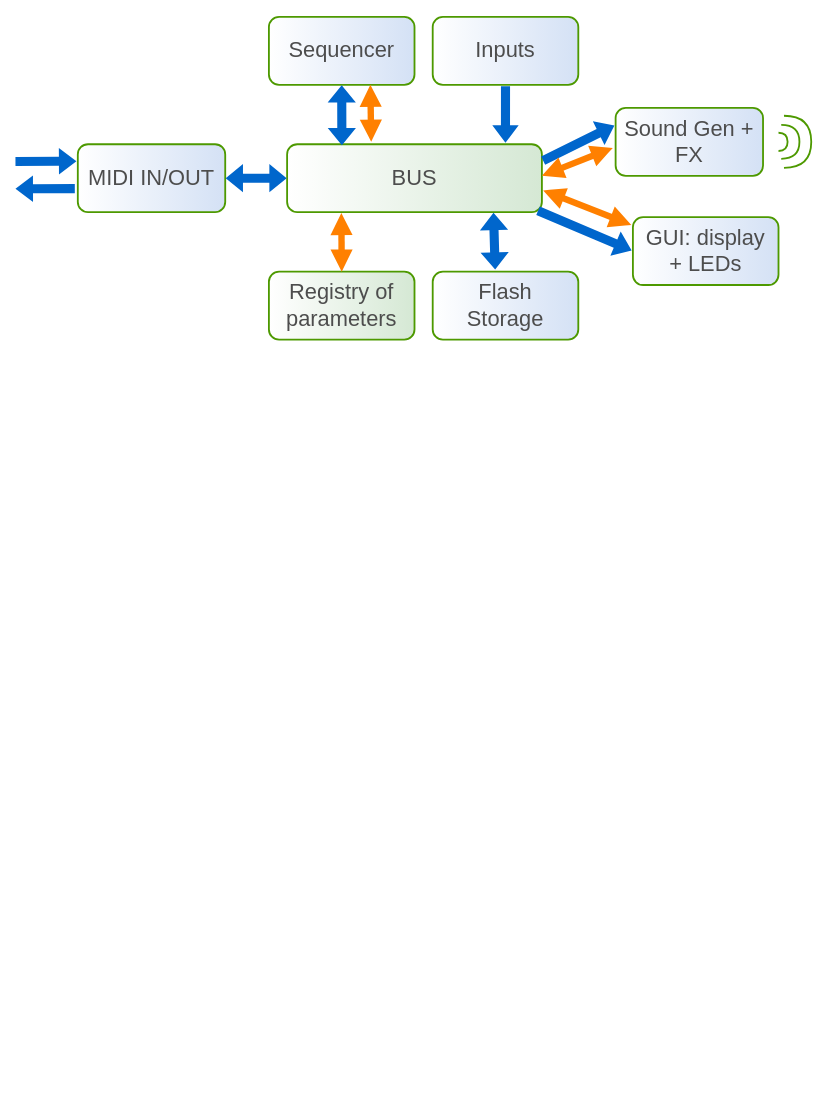
Earlier version of the draw.io diagram hardware/Thing.drawio (copych/AcidBox). Source tidied: cells renumbered, new cells numbered last; positions are measured from the earlier drawing's top-left corner, leaving out a move shared by most shapes. Both pictures are drawn from the tidied source at 91%, with x=0, y=0 at pixel (14, 16).
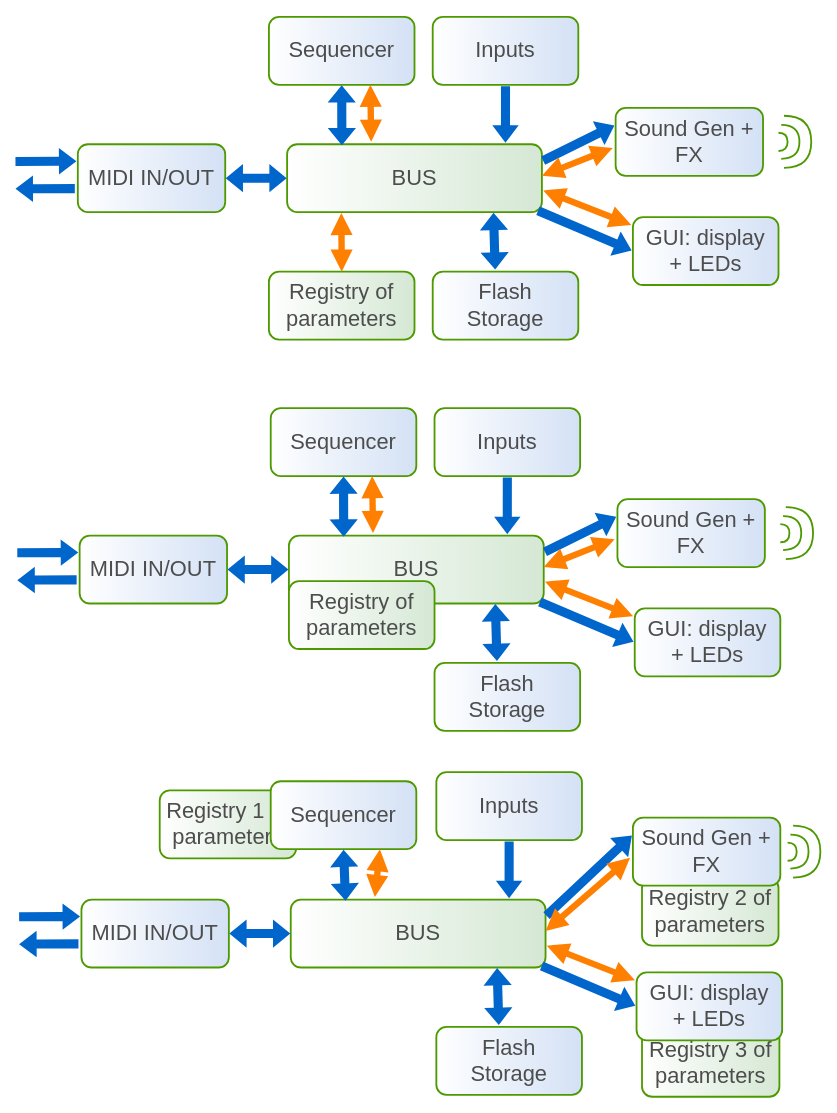
Above is the later version.

What changed in the source:
```diff
@@
+    <mxCell id="26" value="Registry 1 of&lt;br&gt;parameters" style="rounded=1;whiteSpace=wrap;html=1;shadow=0;strokeWidth=2;fillColor=#D5E8D4;gradientColor=#ffffff;fontFamily=Helvetica;fontSize=24;align=center;strokeColor=#4D9900;gradientDirection=west;fontColor=#4D4D4D;" parent="1" vertex="1">
+      <mxGeometry x="160" y="850" width="150" height="74.7" as="geometry" />
+    </mxCell>
+    <mxCell id="27" value="Registry 3 of&lt;br&gt;parameters" style="rounded=1;whiteSpace=wrap;html=1;shadow=0;strokeWidth=2;fillColor=#D5E8D4;gradientColor=#ffffff;fontFamily=Helvetica;fontSize=24;align=center;strokeColor=#4D9900;gradientDirection=west;fontColor=#4D4D4D;" parent="1" vertex="1">
+      <mxGeometry x="690" y="1112" width="151" height="74.7" as="geometry" />
+    </mxCell>
+    <mxCell id="28" value="Registry 2 of&lt;br&gt;parameters" style="rounded=1;whiteSpace=wrap;html=1;shadow=0;strokeWidth=2;fillColor=#D5E8D4;gradientColor=#ffffff;fontFamily=Helvetica;fontSize=24;align=center;strokeColor=#4D9900;gradientDirection=west;fontColor=#4D4D4D;" parent="1" vertex="1">
+      <mxGeometry x="690" y="946" width="150" height="74.7" as="geometry" />
+    </mxCell>
@@
+    <mxCell id="29" value="MIDI IN/OUT" style="rounded=1;whiteSpace=wrap;html=1;shadow=0;strokeWidth=2;fillColor=#D4E1F5;gradientColor=#ffffff;fontFamily=Helvetica;fontSize=24;align=center;strokeColor=#4D9900;gradientDirection=west;fontColor=#4D4D4D;" parent="1" vertex="1">
+      <mxGeometry x="72" y="570" width="162" height="74.7" as="geometry" />
+    </mxCell>
+    <mxCell id="30" value="Sound Gen + FX" style="rounded=1;whiteSpace=wrap;html=1;shadow=0;strokeWidth=2;fillColor=#D4E1F5;gradientColor=#ffffff;fontFamily=Helvetica;fontSize=24;align=center;strokeColor=#4D9900;gradientDirection=west;fontColor=#4D4D4D;" parent="1" vertex="1">
+      <mxGeometry x="663" y="530" width="162" height="74.7" as="geometry" />
+    </mxCell>
+    <mxCell id="31" value="BUS" style="rounded=1;whiteSpace=wrap;html=1;shadow=0;strokeWidth=2;fillColor=#D5E8D4;gradientColor=#ffffff;fontFamily=Helvetica;fontSize=24;align=center;strokeColor=#4D9900;gradientDirection=west;fontColor=#4D4D4D;" parent="1" vertex="1">
+      <mxGeometry x="302" y="570" width="280" height="74.7" as="geometry" />
+    </mxCell>
+    <mxCell id="32" value="Flash&lt;br&gt;Storage" style="rounded=1;whiteSpace=wrap;html=1;shadow=0;strokeWidth=2;fillColor=#D4E1F5;gradientColor=#ffffff;fontFamily=Helvetica;fontSize=24;align=center;strokeColor=#4D9900;gradientDirection=west;fontColor=#4D4D4D;" parent="1" vertex="1">
+      <mxGeometry x="462" y="710" width="160" height="74.7" as="geometry" />
+    </mxCell>
+    <mxCell id="33" value="GUI: display &lt;br&gt;+ LEDs" style="rounded=1;whiteSpace=wrap;html=1;shadow=0;strokeWidth=2;fillColor=#D4E1F5;gradientColor=#ffffff;fontFamily=Helvetica;fontSize=24;align=center;strokeColor=#4D9900;gradientDirection=west;fontColor=#4D4D4D;" parent="1" vertex="1">
+      <mxGeometry x="682" y="650" width="160" height="74.7" as="geometry" />
+    </mxCell>
+    <mxCell id="34" style="edgeStyle=none;rounded=0;html=1;shadow=0;endArrow=blockThin;endFill=1;jettySize=auto;strokeWidth=3;fontFamily=Helvetica;fontSize=18;align=center;shape=flexArrow;strokeColor=none;fillColor=#0066CC;endWidth=16;endSize=5.42;width=8;sourcePerimeterSpacing=-2;dashed=1;fontColor=#4D4D4D;entryX=0;entryY=0.25;entryDx=0;entryDy=0;" parent="1" edge="1" target="29">
+      <mxGeometry relative="1" as="geometry">
+        <mxPoint x="2" y="589" as="sourcePoint" />
+      </mxGeometry>
+    </mxCell>
+    <mxCell id="35" style="edgeStyle=none;rounded=0;html=1;shadow=0;endArrow=blockThin;endFill=1;jettySize=auto;strokeWidth=3;fontFamily=Helvetica;fontSize=18;align=center;shape=flexArrow;strokeColor=none;fillColor=#0066CC;endWidth=16;endSize=5.42;width=8;sourcePerimeterSpacing=-2;dashed=1;fontColor=#4D4D4D;exitX=-0.011;exitY=0.653;exitDx=0;exitDy=0;exitPerimeter=0;" parent="1" edge="1" source="29">
+      <mxGeometry relative="1" as="geometry">
+        <mxPoint x="2" y="619" as="targetPoint" />
+      </mxGeometry>
+    </mxCell>
+    <mxCell id="36" style="edgeStyle=none;rounded=0;html=1;shadow=0;endArrow=blockThin;endFill=1;jettySize=auto;strokeWidth=3;fontFamily=Helvetica;fontSize=18;align=center;shape=flexArrow;strokeColor=none;fillColor=#0066CC;endWidth=16;endSize=5.42;width=8;sourcePerimeterSpacing=-2;dashed=1;fontColor=#4D4D4D;entryX=0;entryY=0.25;entryDx=0;entryDy=0;exitX=1;exitY=0.25;exitDx=0;exitDy=0;" parent="1" edge="1" source="31" target="30">
+      <mxGeometry relative="1" as="geometry" />
+    </mxCell>
+    <mxCell id="37" value="Sequencer" style="rounded=1;whiteSpace=wrap;html=1;shadow=0;strokeWidth=2;fillColor=#D4E1F5;gradientColor=#ffffff;fontFamily=Helvetica;fontSize=24;align=center;strokeColor=#4D9900;gradientDirection=west;fontColor=#4D4D4D;" parent="1" vertex="1">
+      <mxGeometry x="282" y="430" width="160" height="74.7" as="geometry" />
+    </mxCell>
+    <mxCell id="38" value="Inputs" style="rounded=1;whiteSpace=wrap;html=1;shadow=0;strokeWidth=2;fillColor=#D4E1F5;gradientColor=#ffffff;fontFamily=Helvetica;fontSize=24;align=center;strokeColor=#4D9900;gradientDirection=west;fontColor=#4D4D4D;" parent="1" vertex="1">
+      <mxGeometry x="462" y="430" width="160" height="74.7" as="geometry" />
+    </mxCell>
+    <mxCell id="39" style="edgeStyle=none;rounded=0;html=1;shadow=0;endArrow=blockThin;endFill=1;jettySize=auto;strokeWidth=3;fontFamily=Helvetica;fontSize=18;align=center;shape=flexArrow;strokeColor=none;fillColor=#0066CC;endWidth=16;endSize=5.42;width=8;sourcePerimeterSpacing=-2;dashed=1;fontColor=#4D4D4D;entryX=0.857;entryY=0;entryDx=0;entryDy=0;entryPerimeter=0;exitX=0.5;exitY=1;exitDx=0;exitDy=0;" parent="1" edge="1" source="38" target="31">
+      <mxGeometry relative="1" as="geometry" />
+    </mxCell>
+    <mxCell id="40" style="shape=flexArrow;endArrow=classic;startArrow=classic;html=1;rounded=0;fillColor=#0066CC;strokeColor=none;entryX=0;entryY=0.5;entryDx=0;entryDy=0;exitX=1;exitY=0.5;exitDx=0;exitDy=0;" parent="1" edge="1" source="29" target="31">
+      <mxGeometry relative="1" as="geometry" />
+    </mxCell>
+    <mxCell id="41" style="shape=flexArrow;endArrow=classic;startArrow=classic;html=1;rounded=0;fillColor=#0066CC;strokeColor=none;entryX=0.5;entryY=1;entryDx=0;entryDy=0;exitX=0.215;exitY=0.023;exitDx=0;exitDy=0;exitPerimeter=0;" parent="1" edge="1" source="31" target="37">
+      <mxGeometry relative="1" as="geometry" />
+    </mxCell>
+    <mxCell id="42" style="shape=flexArrow;endArrow=classic;startArrow=classic;html=1;rounded=0;fillColor=#0066CC;strokeColor=none;exitX=0.429;exitY=-0.023;exitDx=0;exitDy=0;entryX=0.81;entryY=1.002;entryDx=0;entryDy=0;entryPerimeter=0;exitPerimeter=0;" parent="1" edge="1" source="32" target="31">
+      <mxGeometry relative="1" as="geometry" />
+    </mxCell>
+    <mxCell id="43" value="Registry of&lt;br&gt;parameters" style="rounded=1;whiteSpace=wrap;html=1;shadow=0;strokeWidth=2;fillColor=#D5E8D4;gradientColor=#ffffff;fontFamily=Helvetica;fontSize=24;align=center;strokeColor=#4D9900;gradientDirection=west;fontColor=#4D4D4D;" parent="1" vertex="1">
+      <mxGeometry x="302" y="620" width="160" height="74.7" as="geometry" />
+    </mxCell>
+    <mxCell id="44" style="edgeStyle=none;rounded=0;html=1;shadow=0;endArrow=blockThin;endFill=1;jettySize=auto;strokeWidth=3;fontFamily=Helvetica;fontSize=18;align=center;shape=flexArrow;strokeColor=none;fillColor=#0066CC;endWidth=16;endSize=5.42;width=8;sourcePerimeterSpacing=-2;dashed=1;fontColor=#4D4D4D;entryX=0;entryY=0.5;entryDx=0;entryDy=0;exitX=0.98;exitY=0.97;exitDx=0;exitDy=0;exitPerimeter=0;" parent="1" edge="1" source="31" target="33">
+      <mxGeometry relative="1" as="geometry" />
+    </mxCell>
+    <mxCell id="45" style="group;" parent="1" vertex="1">
+      <mxGeometry x="842" y="538.7" width="36" height="57.3" as="geometry" />
+    </mxCell>
+    <mxCell id="46" style="shape=requiredInterface;html=1;verticalLabelPosition=bottom;sketch=0;strokeWidth=2;fillColor=none;strokeColor=light-dark(#4d9900, #ededed);" parent="45" vertex="1">
+      <mxGeometry y="18.7" width="10" height="20" as="geometry" />
+    </mxCell>
+    <mxCell id="47" style="shape=requiredInterface;html=1;verticalLabelPosition=bottom;sketch=0;strokeWidth=2;fillColor=none;strokeColor=light-dark(#4d9900, #ededed);" parent="45" vertex="1">
+      <mxGeometry x="3" y="10" width="20" height="37.3" as="geometry" />
+    </mxCell>
+    <mxCell id="48" style="shape=requiredInterface;html=1;verticalLabelPosition=bottom;sketch=0;strokeWidth=2;fillColor=none;strokeColor=light-dark(#4d9900, #ededed);" parent="45" vertex="1">
+      <mxGeometry x="6" width="30" height="57.3" as="geometry" />
+    </mxCell>
+    <mxCell id="49" style="endArrow=block;startArrow=block;html=1;rounded=0;exitX=-0.011;exitY=0.117;exitDx=0;exitDy=0;strokeColor=#FF8000;strokeWidth=7;startFill=1;endFill=1;entryX=1.005;entryY=0.679;entryDx=0;entryDy=0;entryPerimeter=0;exitPerimeter=0;" parent="1" edge="1" source="33" target="31">
+      <mxGeometry relative="1" as="geometry" />
+    </mxCell>
+    <mxCell id="50" style="endArrow=block;startArrow=block;html=1;rounded=0;exitX=0.33;exitY=-0.037;exitDx=0;exitDy=0;strokeColor=#FF8000;strokeWidth=7;startFill=1;endFill=1;entryX=1.005;entryY=0.679;entryDx=0;entryDy=0;entryPerimeter=0;exitPerimeter=0;" parent="1" edge="1" source="31">
+      <mxGeometry relative="1" as="geometry">
+        <mxPoint x="393.5" y="504.7" as="targetPoint" />
+      </mxGeometry>
+    </mxCell>
+    <mxCell id="51" style="endArrow=block;startArrow=block;html=1;rounded=0;exitX=-0.019;exitY=0.589;exitDx=0;exitDy=0;strokeColor=#FF8000;strokeWidth=7;startFill=1;endFill=1;entryX=1.005;entryY=0.679;entryDx=0;entryDy=0;entryPerimeter=0;exitPerimeter=0;" parent="1" edge="1" source="30">
+      <mxGeometry relative="1" as="geometry">
+        <mxPoint x="582" y="604.7" as="targetPoint" />
+      </mxGeometry>
+    </mxCell>
+    <mxCell id="52" value="MIDI IN/OUT" style="rounded=1;whiteSpace=wrap;html=1;shadow=0;strokeWidth=2;fillColor=#D4E1F5;gradientColor=#ffffff;fontFamily=Helvetica;fontSize=24;align=center;strokeColor=#4D9900;gradientDirection=west;fontColor=#4D4D4D;" parent="1" vertex="1">
+      <mxGeometry x="74" y="970" width="162" height="74.7" as="geometry" />
+    </mxCell>
+    <mxCell id="53" value="Sound Gen + FX" style="rounded=1;whiteSpace=wrap;html=1;shadow=0;strokeWidth=2;fillColor=#D4E1F5;gradientColor=#ffffff;fontFamily=Helvetica;fontSize=24;align=center;strokeColor=#4D9900;gradientDirection=west;fontColor=#4D4D4D;" parent="1" vertex="1">
+      <mxGeometry x="680" y="880" width="162" height="74.7" as="geometry" />
+    </mxCell>
+    <mxCell id="54" value="BUS" style="rounded=1;whiteSpace=wrap;html=1;shadow=0;strokeWidth=2;fillColor=#D5E8D4;gradientColor=#ffffff;fontFamily=Helvetica;fontSize=24;align=center;strokeColor=#4D9900;gradientDirection=west;fontColor=#4D4D4D;" parent="1" vertex="1">
+      <mxGeometry x="304" y="970" width="280" height="74.7" as="geometry" />
+    </mxCell>
+    <mxCell id="55" value="Flash&lt;br&gt;Storage" style="rounded=1;whiteSpace=wrap;html=1;shadow=0;strokeWidth=2;fillColor=#D4E1F5;gradientColor=#ffffff;fontFamily=Helvetica;fontSize=24;align=center;strokeColor=#4D9900;gradientDirection=west;fontColor=#4D4D4D;" parent="1" vertex="1">
+      <mxGeometry x="464" y="1110" width="160" height="74.7" as="geometry" />
+    </mxCell>
+    <mxCell id="56" value="GUI: display &lt;br&gt;+ LEDs" style="rounded=1;whiteSpace=wrap;html=1;shadow=0;strokeWidth=2;fillColor=#D4E1F5;gradientColor=#ffffff;fontFamily=Helvetica;fontSize=24;align=center;strokeColor=#4D9900;gradientDirection=west;fontColor=#4D4D4D;" parent="1" vertex="1">
+      <mxGeometry x="684" y="1050" width="160" height="74.7" as="geometry" />
+    </mxCell>
+    <mxCell id="57" style="edgeStyle=none;rounded=0;html=1;shadow=0;endArrow=blockThin;endFill=1;jettySize=auto;strokeWidth=3;fontFamily=Helvetica;fontSize=18;align=center;shape=flexArrow;strokeColor=none;fillColor=#0066CC;endWidth=16;endSize=5.42;width=8;sourcePerimeterSpacing=-2;dashed=1;fontColor=#4D4D4D;entryX=0;entryY=0.25;entryDx=0;entryDy=0;" parent="1" edge="1" target="52">
+      <mxGeometry relative="1" as="geometry">
+        <mxPoint x="4" y="989" as="sourcePoint" />
+      </mxGeometry>
+    </mxCell>
+    <mxCell id="58" style="edgeStyle=none;rounded=0;html=1;shadow=0;endArrow=blockThin;endFill=1;jettySize=auto;strokeWidth=3;fontFamily=Helvetica;fontSize=18;align=center;shape=flexArrow;strokeColor=none;fillColor=#0066CC;endWidth=16;endSize=5.42;width=8;sourcePerimeterSpacing=-2;dashed=1;fontColor=#4D4D4D;exitX=-0.011;exitY=0.653;exitDx=0;exitDy=0;exitPerimeter=0;" parent="1" edge="1" source="52">
+      <mxGeometry relative="1" as="geometry">
+        <mxPoint x="4" y="1019" as="targetPoint" />
+      </mxGeometry>
+    </mxCell>
+    <mxCell id="59" style="edgeStyle=none;rounded=0;html=1;shadow=0;endArrow=blockThin;endFill=1;jettySize=auto;strokeWidth=3;fontFamily=Helvetica;fontSize=18;align=center;shape=flexArrow;strokeColor=none;fillColor=#0066CC;endWidth=16;endSize=5.42;width=8;sourcePerimeterSpacing=-2;dashed=1;fontColor=#4D4D4D;entryX=0;entryY=0.25;entryDx=0;entryDy=0;exitX=1;exitY=0.25;exitDx=0;exitDy=0;" parent="1" edge="1" source="54" target="53">
+      <mxGeometry relative="1" as="geometry" />
+    </mxCell>
+    <mxCell id="60" value="Sequencer" style="rounded=1;whiteSpace=wrap;html=1;shadow=0;strokeWidth=2;fillColor=#D4E1F5;gradientColor=#ffffff;fontFamily=Helvetica;fontSize=24;align=center;strokeColor=#4D9900;gradientDirection=west;fontColor=#4D4D4D;" parent="1" vertex="1">
+      <mxGeometry x="282" y="840" width="160" height="74.7" as="geometry" />
+    </mxCell>
+    <mxCell id="61" value="Inputs" style="rounded=1;whiteSpace=wrap;html=1;shadow=0;strokeWidth=2;fillColor=#D4E1F5;gradientColor=#ffffff;fontFamily=Helvetica;fontSize=24;align=center;strokeColor=#4D9900;gradientDirection=west;fontColor=#4D4D4D;" parent="1" vertex="1">
+      <mxGeometry x="464" y="830" width="160" height="74.7" as="geometry" />
+    </mxCell>
+    <mxCell id="62" style="edgeStyle=none;rounded=0;html=1;shadow=0;endArrow=blockThin;endFill=1;jettySize=auto;strokeWidth=3;fontFamily=Helvetica;fontSize=18;align=center;shape=flexArrow;strokeColor=none;fillColor=#0066CC;endWidth=16;endSize=5.42;width=8;sourcePerimeterSpacing=-2;dashed=1;fontColor=#4D4D4D;entryX=0.857;entryY=0;entryDx=0;entryDy=0;entryPerimeter=0;exitX=0.5;exitY=1;exitDx=0;exitDy=0;" parent="1" edge="1" source="61" target="54">
+      <mxGeometry relative="1" as="geometry" />
+    </mxCell>
+    <mxCell id="63" style="shape=flexArrow;endArrow=classic;startArrow=classic;html=1;rounded=0;fillColor=#0066CC;strokeColor=none;entryX=0;entryY=0.5;entryDx=0;entryDy=0;exitX=1;exitY=0.5;exitDx=0;exitDy=0;" parent="1" edge="1" source="52" target="54">
+      <mxGeometry relative="1" as="geometry" />
+    </mxCell>
+    <mxCell id="64" style="shape=flexArrow;endArrow=classic;startArrow=classic;html=1;rounded=0;fillColor=#0066CC;strokeColor=none;entryX=0.5;entryY=1;entryDx=0;entryDy=0;exitX=0.215;exitY=0.023;exitDx=0;exitDy=0;exitPerimeter=0;" parent="1" edge="1" source="54" target="60">
+      <mxGeometry relative="1" as="geometry" />
+    </mxCell>
+    <mxCell id="65" style="shape=flexArrow;endArrow=classic;startArrow=classic;html=1;rounded=0;fillColor=#0066CC;strokeColor=none;exitX=0.429;exitY=-0.023;exitDx=0;exitDy=0;entryX=0.81;entryY=1.002;entryDx=0;entryDy=0;entryPerimeter=0;exitPerimeter=0;" parent="1" edge="1" source="55" target="54">
+      <mxGeometry relative="1" as="geometry" />
+    </mxCell>
+    <mxCell id="66" style="edgeStyle=none;rounded=0;html=1;shadow=0;endArrow=blockThin;endFill=1;jettySize=auto;strokeWidth=3;fontFamily=Helvetica;fontSize=18;align=center;shape=flexArrow;strokeColor=none;fillColor=#0066CC;endWidth=16;endSize=5.42;width=8;sourcePerimeterSpacing=-2;dashed=1;fontColor=#4D4D4D;entryX=0;entryY=0.5;entryDx=0;entryDy=0;exitX=0.98;exitY=0.97;exitDx=0;exitDy=0;exitPerimeter=0;" parent="1" edge="1" source="54" target="56">
+      <mxGeometry relative="1" as="geometry" />
+    </mxCell>
+    <mxCell id="67" style="group;" parent="1" vertex="1">
+      <mxGeometry x="850" y="888.7" width="36" height="57.3" as="geometry" />
+    </mxCell>
+    <mxCell id="68" style="shape=requiredInterface;html=1;verticalLabelPosition=bottom;sketch=0;strokeWidth=2;fillColor=none;strokeColor=light-dark(#4d9900, #ededed);" parent="67" vertex="1">
+      <mxGeometry y="18.7" width="10" height="20" as="geometry" />
+    </mxCell>
+    <mxCell id="69" style="shape=requiredInterface;html=1;verticalLabelPosition=bottom;sketch=0;strokeWidth=2;fillColor=none;strokeColor=light-dark(#4d9900, #ededed);" parent="67" vertex="1">
+      <mxGeometry x="3" y="10" width="20" height="37.3" as="geometry" />
+    </mxCell>
+    <mxCell id="70" style="shape=requiredInterface;html=1;verticalLabelPosition=bottom;sketch=0;strokeWidth=2;fillColor=none;strokeColor=light-dark(#4d9900, #ededed);" parent="67" vertex="1">
+      <mxGeometry x="6" width="30" height="57.3" as="geometry" />
+    </mxCell>
+    <mxCell id="71" style="endArrow=block;startArrow=block;html=1;rounded=0;exitX=-0.011;exitY=0.117;exitDx=0;exitDy=0;strokeColor=#FF8000;strokeWidth=7;startFill=1;endFill=1;entryX=1.005;entryY=0.679;entryDx=0;entryDy=0;entryPerimeter=0;exitPerimeter=0;" parent="1" edge="1" source="56" target="54">
+      <mxGeometry relative="1" as="geometry" />
+    </mxCell>
+    <mxCell id="72" style="endArrow=block;startArrow=block;html=1;rounded=0;exitX=0.33;exitY=-0.037;exitDx=0;exitDy=0;strokeColor=#FF8000;strokeWidth=7;startFill=1;endFill=1;entryX=0.75;entryY=1;entryDx=0;entryDy=0;exitPerimeter=0;" parent="1" edge="1" source="54" target="60">
+      <mxGeometry relative="1" as="geometry" />
+    </mxCell>
+    <mxCell id="73" style="endArrow=block;startArrow=block;html=1;rounded=0;exitX=-0.019;exitY=0.589;exitDx=0;exitDy=0;strokeColor=#FF8000;strokeWidth=7;startFill=1;endFill=1;entryX=1.005;entryY=0.679;entryDx=0;entryDy=0;entryPerimeter=0;exitPerimeter=0;" parent="1" edge="1" source="53">
+      <mxGeometry relative="1" as="geometry">
+        <mxPoint x="584" y="1004.7" as="targetPoint" />
+      </mxGeometry>
+    </mxCell>
```
